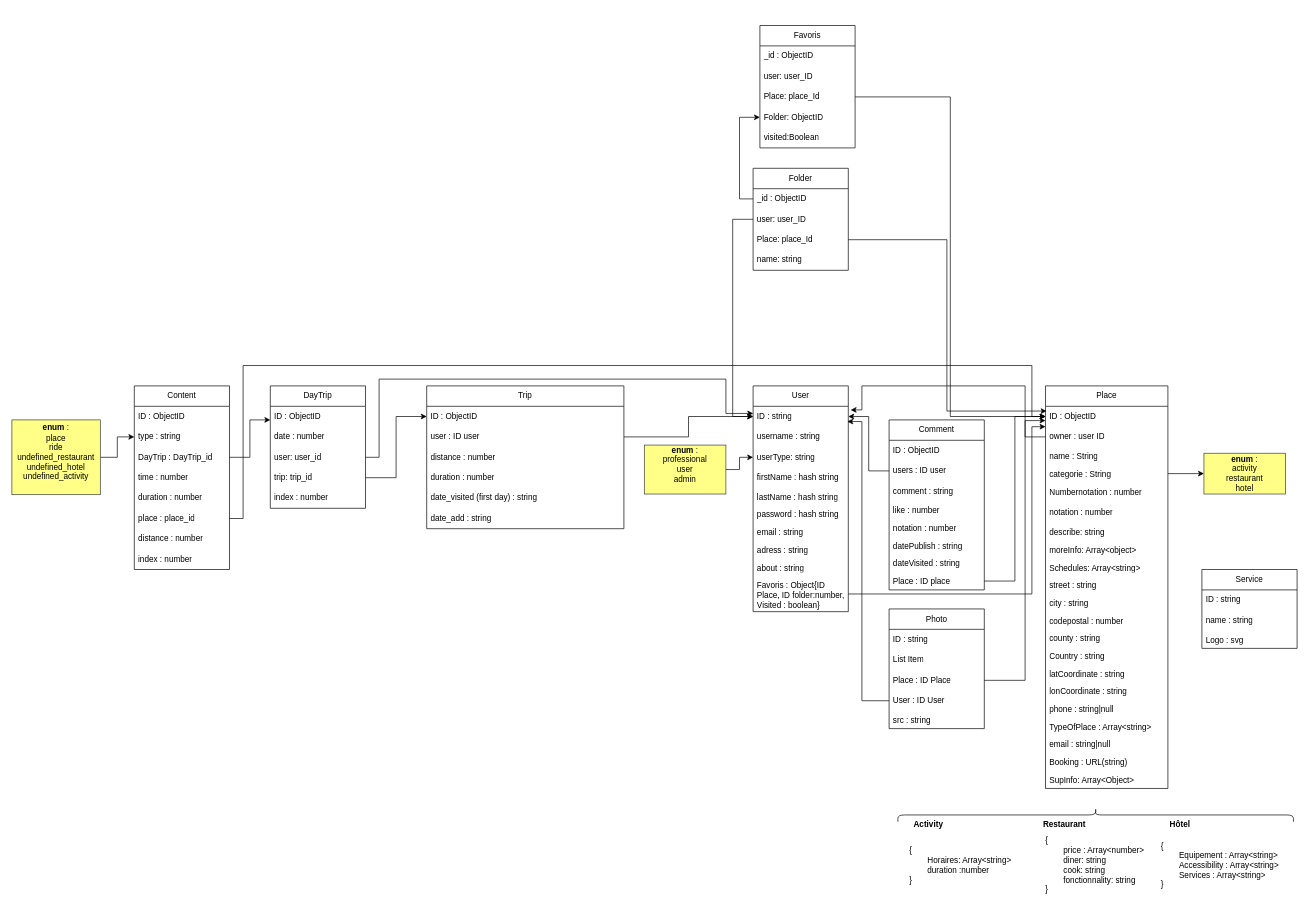
Before: Schemas/structureBDD.drawio in Aurelien0192/FrenchTravel_FrontEnd, a draw.io diagram. Source tidied: cells renumbered, new cells numbered last; positions are measured from the earlier drawing's top-left corner, leaving out a move shared by most shapes. Both pictures are drawn from the tidied source at 68%, with x=0, y=0 at pixel (12, 25).
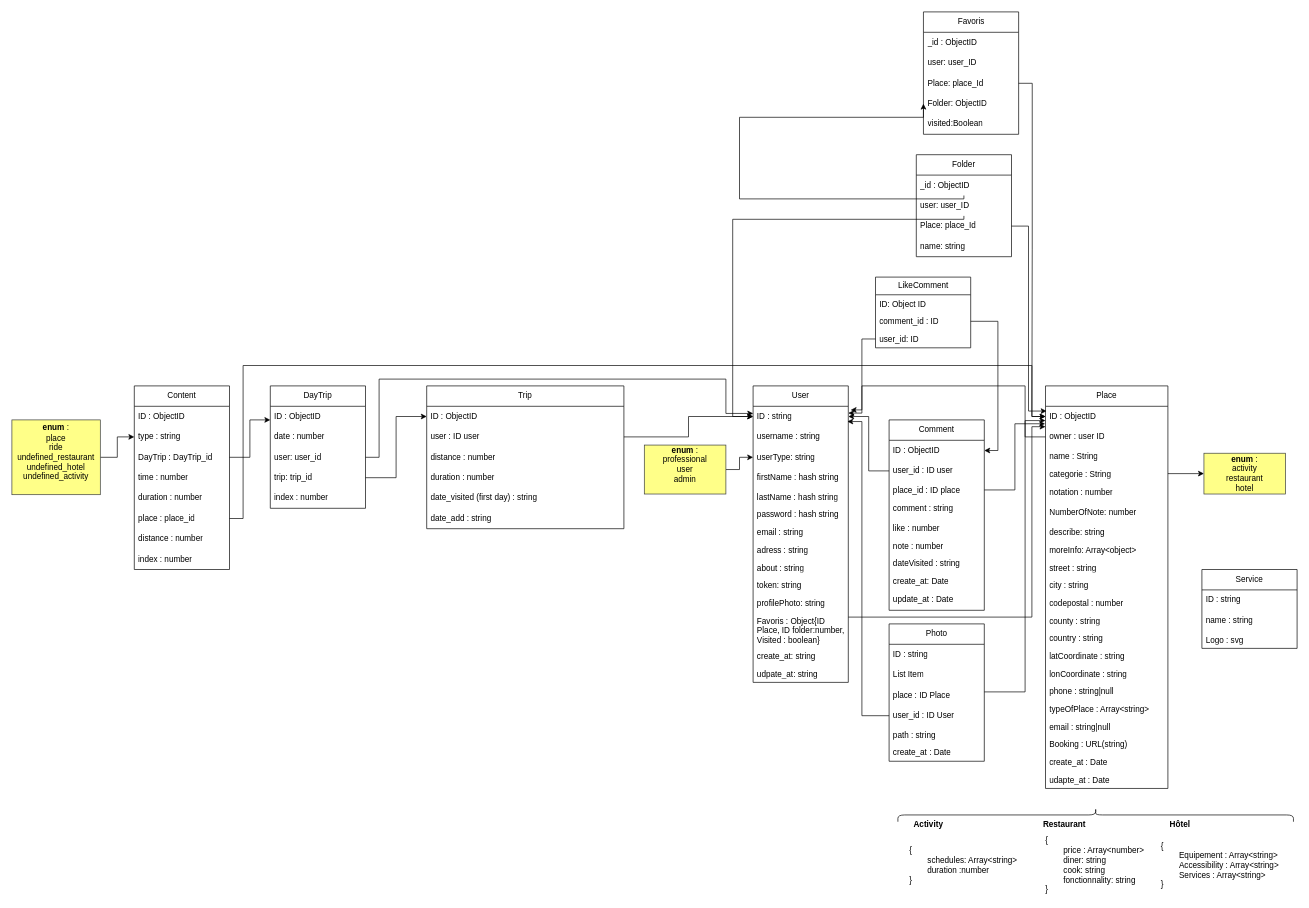
The same page after the edit.

Unchanged cells that the change refers to:
```xml
<mxCell id="3" value="ID : string" style="text;strokeColor=none;fillColor=none;align=left;verticalAlign=middle;spacingLeft=4;spacingRight=4;overflow=hidden;points=[[0,0.5],[1,0.5]];portConstraint=eastwest;whiteSpace=wrap;html=1;" parent="2" vertex="1">
  <mxGeometry y="30" width="140" height="30" as="geometry" />
</mxCell>
<mxCell id="14" value="Place" style="swimlane;fontStyle=0;horizontal=1;startSize=30;whiteSpace=wrap;html=1;" parent="1" vertex="1">
  <mxGeometry x="1520" y="530" width="180" height="592" as="geometry" />
</mxCell>
<mxCell id="15" value="ID : ObjectID" style="text;strokeColor=none;fillColor=none;align=left;verticalAlign=middle;spacingLeft=4;spacingRight=4;overflow=hidden;points=[[0,0.5],[1,0.5]];portConstraint=eastwest;whiteSpace=wrap;html=1;" parent="14" vertex="1">
  <mxGeometry y="30" width="180" height="30" as="geometry" />
</mxCell>
<mxCell id="67" value="ID : ObjectID" style="text;strokeColor=none;fillColor=none;align=left;verticalAlign=middle;spacingLeft=4;spacingRight=4;overflow=hidden;points=[[0,0.5],[1,0.5]];portConstraint=eastwest;whiteSpace=wrap;html=1;" parent="66" vertex="1">
  <mxGeometry y="30" width="140" height="30" as="geometry" />
</mxCell>
```

Diff of the diagram source:
```diff
@@
     <mxCell id="2" value="User" style="swimlane;fontStyle=0;horizontal=1;startSize=30;whiteSpace=wrap;html=1;" parent="1" vertex="1">
-      <mxGeometry x="1090" y="530" width="140" height="332" as="geometry" />
+      <mxGeometry x="1090" y="530" width="140" height="436" as="geometry" />
     </mxCell>
@@
+    <mxCell id="115" value="token: string" style="text;strokeColor=none;fillColor=none;align=left;verticalAlign=top;spacingLeft=4;spacingRight=4;overflow=hidden;whiteSpace=wrap;html=1;" parent="2" vertex="1">
+      <mxGeometry y="280" width="140" height="26" as="geometry" />
+    </mxCell>
+    <mxCell id="116" value="profilePhoto: string" style="text;strokeColor=none;fillColor=none;align=left;verticalAlign=top;spacingLeft=4;spacingRight=4;overflow=hidden;whiteSpace=wrap;html=1;" parent="2" vertex="1">
+      <mxGeometry y="306" width="140" height="26" as="geometry" />
+    </mxCell>
     <mxCell id="12" value="Favoris : Object{ID Place, ID folder:number, Visited : boolean}" style="text;strokeColor=none;fillColor=none;align=left;verticalAlign=top;spacingLeft=4;spacingRight=4;overflow=hidden;points=[[0,0.5],[1,0.5]];portConstraint=eastwest;whiteSpace=wrap;html=1;" parent="2" vertex="1">
-      <mxGeometry y="280" width="140" height="52" as="geometry" />
+      <mxGeometry y="332" width="140" height="52" as="geometry" />
     </mxCell>
+    <mxCell id="117" value="create_at: string" style="text;strokeColor=none;fillColor=none;align=left;verticalAlign=top;spacingLeft=4;spacingRight=4;overflow=hidden;whiteSpace=wrap;html=1;" parent="2" vertex="1">
+      <mxGeometry y="384" width="140" height="26" as="geometry" />
+    </mxCell>
+    <mxCell id="118" value="udpate_at: string" style="text;strokeColor=none;fillColor=none;align=left;verticalAlign=top;spacingLeft=4;spacingRight=4;overflow=hidden;whiteSpace=wrap;html=1;" parent="2" vertex="1">
+      <mxGeometry y="410" width="140" height="26" as="geometry" />
+    </mxCell>
@@
+    <mxCell id="20" value="notation : number" style="text;strokeColor=none;fillColor=none;align=left;verticalAlign=middle;spacingLeft=4;spacingRight=4;overflow=hidden;whiteSpace=wrap;html=1;" parent="14" vertex="1">
+      <mxGeometry y="142" width="180" height="30" as="geometry" />
+    </mxCell>
-    <mxCell id="19" value="Numbernotation : number" style="text;strokeColor=none;fillColor=none;align=left;verticalAlign=middle;spacingLeft=4;spacingRight=4;overflow=hidden;whiteSpace=wrap;html=1;" parent="14" vertex="1">
-      <mxGeometry y="142" width="180" height="30" as="geometry" />
+    <mxCell id="19" value="NumberOfNote: number" style="text;strokeColor=none;fillColor=none;align=left;verticalAlign=middle;spacingLeft=4;spacingRight=4;overflow=hidden;whiteSpace=wrap;html=1;" parent="14" vertex="1">
+      <mxGeometry y="172" width="180" height="30" as="geometry" />
     </mxCell>
-    <mxCell id="20" value="notation : number" style="text;strokeColor=none;fillColor=none;align=left;verticalAlign=middle;spacingLeft=4;spacingRight=4;overflow=hidden;whiteSpace=wrap;html=1;" parent="14" vertex="1">
-      <mxGeometry y="172" width="180" height="30" as="geometry" />
-    </mxCell>
@@
-    <mxCell id="23" value="Schedules: Array&amp;lt;string&amp;gt;" style="text;strokeColor=none;fillColor=none;align=left;verticalAlign=top;spacingLeft=4;spacingRight=4;overflow=hidden;whiteSpace=wrap;html=1;" parent="14" vertex="1">
-      <mxGeometry y="254" width="180" height="26" as="geometry" />
-    </mxCell>
     <mxCell id="24" value="street : string" style="text;strokeColor=none;fillColor=none;align=left;verticalAlign=top;spacingLeft=4;spacingRight=4;overflow=hidden;whiteSpace=wrap;html=1;" parent="14" vertex="1">
-      <mxGeometry y="280" width="180" height="26" as="geometry" />
+      <mxGeometry y="254" width="180" height="26" as="geometry" />
     </mxCell>
     <mxCell id="25" value="city : string" style="text;strokeColor=none;fillColor=none;align=left;verticalAlign=top;spacingLeft=4;spacingRight=4;overflow=hidden;whiteSpace=wrap;html=1;" parent="14" vertex="1">
-      <mxGeometry y="306" width="180" height="26" as="geometry" />
+      <mxGeometry y="280" width="180" height="26" as="geometry" />
     </mxCell>
     <mxCell id="26" value="codepostal : number" style="text;strokeColor=none;fillColor=none;align=left;verticalAlign=top;spacingLeft=4;spacingRight=4;overflow=hidden;whiteSpace=wrap;html=1;" parent="14" vertex="1">
-      <mxGeometry y="332" width="180" height="26" as="geometry" />
+      <mxGeometry y="306" width="180" height="26" as="geometry" />
     </mxCell>
     <mxCell id="27" value="county : string" style="text;strokeColor=none;fillColor=none;align=left;verticalAlign=top;spacingLeft=4;spacingRight=4;overflow=hidden;whiteSpace=wrap;html=1;" parent="14" vertex="1">
-      <mxGeometry y="358" width="180" height="26" as="geometry" />
+      <mxGeometry y="332" width="180" height="26" as="geometry" />
     </mxCell>
-    <mxCell id="28" value="Country : string" style="text;strokeColor=none;fillColor=none;align=left;verticalAlign=top;spacingLeft=4;spacingRight=4;overflow=hidden;whiteSpace=wrap;html=1;" parent="14" vertex="1">
-      <mxGeometry y="384" width="180" height="26" as="geometry" />
+    <mxCell id="28" value="country : string" style="text;strokeColor=none;fillColor=none;align=left;verticalAlign=top;spacingLeft=4;spacingRight=4;overflow=hidden;whiteSpace=wrap;html=1;" parent="14" vertex="1">
+      <mxGeometry y="358" width="180" height="26" as="geometry" />
     </mxCell>
     <mxCell id="29" value="latCoordinate : string" style="text;strokeColor=none;fillColor=none;align=left;verticalAlign=top;spacingLeft=4;spacingRight=4;overflow=hidden;whiteSpace=wrap;html=1;" parent="14" vertex="1">
-      <mxGeometry y="410" width="180" height="26" as="geometry" />
+      <mxGeometry y="384" width="180" height="26" as="geometry" />
     </mxCell>
     <mxCell id="30" value="lonCoordinate : string" style="text;strokeColor=none;fillColor=none;align=left;verticalAlign=top;spacingLeft=4;spacingRight=4;overflow=hidden;whiteSpace=wrap;html=1;" parent="14" vertex="1">
-      <mxGeometry y="436" width="180" height="26" as="geometry" />
+      <mxGeometry y="410" width="180" height="26" as="geometry" />
     </mxCell>
     <mxCell id="31" value="phone : string|null" style="text;strokeColor=none;fillColor=none;align=left;verticalAlign=top;spacingLeft=4;spacingRight=4;overflow=hidden;whiteSpace=wrap;html=1;" parent="14" vertex="1">
-      <mxGeometry y="462" width="180" height="26" as="geometry" />
+      <mxGeometry y="436" width="180" height="26" as="geometry" />
     </mxCell>
-    <mxCell id="32" value="TypeOfPlace : Array&amp;lt;string&amp;gt;" style="text;strokeColor=none;fillColor=none;align=left;verticalAlign=top;spacingLeft=4;spacingRight=4;overflow=hidden;whiteSpace=wrap;html=1;" parent="14" vertex="1">
-      <mxGeometry y="488" width="180" height="26" as="geometry" />
+    <mxCell id="32" value="typeOfPlace : Array&amp;lt;string&amp;gt;" style="text;strokeColor=none;fillColor=none;align=left;verticalAlign=top;spacingLeft=4;spacingRight=4;overflow=hidden;whiteSpace=wrap;html=1;" parent="14" vertex="1">
+      <mxGeometry y="462" width="180" height="26" as="geometry" />
     </mxCell>
     <mxCell id="33" value="email : string|null" style="text;strokeColor=none;fillColor=none;align=left;verticalAlign=top;spacingLeft=4;spacingRight=4;overflow=hidden;whiteSpace=wrap;html=1;" parent="14" vertex="1">
-      <mxGeometry y="514" width="180" height="26" as="geometry" />
+      <mxGeometry y="488" width="180" height="26" as="geometry" />
     </mxCell>
     <mxCell id="34" value="Booking : URL(string)" style="text;strokeColor=none;fillColor=none;align=left;verticalAlign=top;spacingLeft=4;spacingRight=4;overflow=hidden;whiteSpace=wrap;html=1;" parent="14" vertex="1">
-      <mxGeometry y="540" width="180" height="26" as="geometry" />
+      <mxGeometry y="514" width="180" height="26" as="geometry" />
     </mxCell>
-    <mxCell id="35" value="SupInfo: Array&amp;lt;Object&amp;gt;" style="text;strokeColor=none;fillColor=none;align=left;verticalAlign=top;spacingLeft=4;spacingRight=4;overflow=hidden;whiteSpace=wrap;html=1;" parent="14" vertex="1">
-      <mxGeometry y="566" width="180" height="26" as="geometry" />
+    <mxCell id="35" value="create_at : Date" style="text;strokeColor=none;fillColor=none;align=left;verticalAlign=top;spacingLeft=4;spacingRight=4;overflow=hidden;whiteSpace=wrap;html=1;" parent="14" vertex="1">
+      <mxGeometry y="540" width="180" height="26" as="geometry" />
     </mxCell>
+    <mxCell id="119" value="udapte_at : Date" style="text;strokeColor=none;fillColor=none;align=left;verticalAlign=top;spacingLeft=4;spacingRight=4;overflow=hidden;whiteSpace=wrap;html=1;" parent="14" vertex="1">
+      <mxGeometry y="566" width="180" height="26" as="geometry" />
+    </mxCell>
     <mxCell id="36" value="Photo" style="swimlane;fontStyle=0;horizontal=1;startSize=30;whiteSpace=wrap;html=1;" parent="1" vertex="1">
-      <mxGeometry x="1290" y="858" width="140" height="176" as="geometry" />
+      <mxGeometry x="1290" y="880" width="140" height="202" as="geometry" />
     </mxCell>
@@
-    <mxCell id="39" value="Place : ID Place" style="text;strokeColor=none;fillColor=none;align=left;verticalAlign=middle;spacingLeft=4;spacingRight=4;overflow=hidden;points=[[0,0.5],[1,0.5]];portConstraint=eastwest;whiteSpace=wrap;html=1;" parent="36" vertex="1">
+    <mxCell id="39" value="place : ID Place" style="text;strokeColor=none;fillColor=none;align=left;verticalAlign=middle;spacingLeft=4;spacingRight=4;overflow=hidden;points=[[0,0.5],[1,0.5]];portConstraint=eastwest;whiteSpace=wrap;html=1;" parent="36" vertex="1">
       <mxGeometry y="90" width="140" height="30" as="geometry" />
     </mxCell>
-    <mxCell id="40" value="User : ID User" style="text;strokeColor=none;fillColor=none;align=left;verticalAlign=middle;spacingLeft=4;spacingRight=4;overflow=hidden;points=[[0,0.5],[1,0.5]];portConstraint=eastwest;whiteSpace=wrap;html=1;" parent="36" vertex="1">
+    <mxCell id="40" value="user_id : ID User" style="text;strokeColor=none;fillColor=none;align=left;verticalAlign=middle;spacingLeft=4;spacingRight=4;overflow=hidden;points=[[0,0.5],[1,0.5]];portConstraint=eastwest;whiteSpace=wrap;html=1;" parent="36" vertex="1">
       <mxGeometry y="120" width="140" height="30" as="geometry" />
     </mxCell>
-    <mxCell id="41" value="src : string" style="text;strokeColor=none;fillColor=none;align=left;verticalAlign=top;spacingLeft=4;spacingRight=4;overflow=hidden;whiteSpace=wrap;html=1;" parent="36" vertex="1">
+    <mxCell id="41" value="path : string" style="text;strokeColor=none;fillColor=none;align=left;verticalAlign=top;spacingLeft=4;spacingRight=4;overflow=hidden;whiteSpace=wrap;html=1;" parent="36" vertex="1">
       <mxGeometry y="150" width="140" height="26" as="geometry" />
     </mxCell>
+    <mxCell id="120" value="create_at : Date" style="text;strokeColor=none;fillColor=none;align=left;verticalAlign=top;spacingLeft=4;spacingRight=4;overflow=hidden;whiteSpace=wrap;html=1;" parent="36" vertex="1">
+      <mxGeometry y="176" width="140" height="26" as="geometry" />
+    </mxCell>
@@
-    <mxCell id="64" value="{&lt;div&gt;&lt;span style=&quot;white-space: pre;&quot;&gt;&#9;&lt;/span&gt;Horaires: Array&amp;lt;string&amp;gt;&lt;br&gt;&lt;div&gt;&lt;span style=&quot;white-space: pre;&quot;&gt;&#9;&lt;/span&gt;duration&amp;nbsp;:number&lt;/div&gt;&lt;div&gt;}&lt;/div&gt;&lt;/div&gt;" style="text;html=1;align=left;verticalAlign=middle;whiteSpace=wrap;rounded=0;" parent="1" vertex="1">
+    <mxCell id="64" value="{&lt;div&gt;&lt;span style=&quot;white-space: pre;&quot;&gt;&#9;&lt;/span&gt;schedules: Array&amp;lt;string&amp;gt;&lt;br&gt;&lt;div&gt;&lt;span style=&quot;white-space: pre;&quot;&gt;&#9;&lt;/span&gt;duration&amp;nbsp;:number&lt;/div&gt;&lt;div&gt;}&lt;/div&gt;&lt;/div&gt;" style="text;html=1;align=left;verticalAlign=middle;whiteSpace=wrap;rounded=0;" parent="1" vertex="1">
       <mxGeometry x="1318" y="1190" width="185" height="90" as="geometry" />
     </mxCell>
@@
     <mxCell id="66" value="Comment" style="swimlane;fontStyle=0;horizontal=1;startSize=30;whiteSpace=wrap;html=1;" parent="1" vertex="1">
-      <mxGeometry x="1290" y="580" width="140" height="250" as="geometry" />
+      <mxGeometry x="1290" y="580" width="140" height="280" as="geometry" />
     </mxCell>
@@
-    <mxCell id="68" value="users : ID user" style="text;strokeColor=none;fillColor=none;align=left;verticalAlign=middle;spacingLeft=4;spacingRight=4;overflow=hidden;points=[[0,0.5],[1,0.5]];portConstraint=eastwest;whiteSpace=wrap;html=1;" parent="66" vertex="1">
+    <mxCell id="68" value="user_id : ID user" style="text;strokeColor=none;fillColor=none;align=left;verticalAlign=middle;spacingLeft=4;spacingRight=4;overflow=hidden;points=[[0,0.5],[1,0.5]];portConstraint=eastwest;whiteSpace=wrap;html=1;" parent="66" vertex="1">
       <mxGeometry y="60" width="140" height="30" as="geometry" />
     </mxCell>
+    <mxCell id="74" value="place_id : ID place" style="text;strokeColor=none;fillColor=none;align=left;verticalAlign=top;spacingLeft=4;spacingRight=4;overflow=hidden;points=[[0,0.5],[1,0.5]];portConstraint=eastwest;whiteSpace=wrap;html=1;" parent="66" vertex="1">
+      <mxGeometry y="90" width="140" height="26" as="geometry" />
+    </mxCell>
     <mxCell id="69" value="comment : string" style="text;strokeColor=none;fillColor=none;align=left;verticalAlign=middle;spacingLeft=4;spacingRight=4;overflow=hidden;whiteSpace=wrap;html=1;" parent="66" vertex="1">
-      <mxGeometry y="90" width="140" height="30" as="geometry" />
+      <mxGeometry y="116" width="140" height="30" as="geometry" />
     </mxCell>
     <mxCell id="70" value="like : number" style="text;strokeColor=none;fillColor=none;align=left;verticalAlign=top;spacingLeft=4;spacingRight=4;overflow=hidden;whiteSpace=wrap;html=1;" parent="66" vertex="1">
-      <mxGeometry y="120" width="140" height="26" as="geometry" />
+      <mxGeometry y="146" width="140" height="26" as="geometry" />
     </mxCell>
-    <mxCell id="71" value="notation : number" style="text;strokeColor=none;fillColor=none;align=left;verticalAlign=top;spacingLeft=4;spacingRight=4;overflow=hidden;whiteSpace=wrap;html=1;" parent="66" vertex="1">
-      <mxGeometry y="146" width="140" height="26" as="geometry" />
+    <mxCell id="71" value="note : number" style="text;strokeColor=none;fillColor=none;align=left;verticalAlign=top;spacingLeft=4;spacingRight=4;overflow=hidden;whiteSpace=wrap;html=1;" parent="66" vertex="1">
+      <mxGeometry y="172" width="140" height="26" as="geometry" />
     </mxCell>
+    <mxCell id="73" value="dateVisited : string" style="text;strokeColor=none;fillColor=none;align=left;verticalAlign=top;spacingLeft=4;spacingRight=4;overflow=hidden;whiteSpace=wrap;html=1;" parent="66" vertex="1">
+      <mxGeometry y="198" width="140" height="26" as="geometry" />
+    </mxCell>
-    <mxCell id="72" value="datePublish : string" style="text;strokeColor=none;fillColor=none;align=left;verticalAlign=top;spacingLeft=4;spacingRight=4;overflow=hidden;whiteSpace=wrap;html=1;" parent="66" vertex="1">
-      <mxGeometry y="172" width="140" height="26" as="geometry" />
+    <mxCell id="72" value="create_at: Date" style="text;strokeColor=none;fillColor=none;align=left;verticalAlign=top;spacingLeft=4;spacingRight=4;overflow=hidden;whiteSpace=wrap;html=1;" parent="66" vertex="1">
+      <mxGeometry y="224" width="140" height="26" as="geometry" />
     </mxCell>
-    <mxCell id="73" value="dateVisited : string" style="text;strokeColor=none;fillColor=none;align=left;verticalAlign=top;spacingLeft=4;spacingRight=4;overflow=hidden;whiteSpace=wrap;html=1;" parent="66" vertex="1">
-      <mxGeometry y="198" width="140" height="26" as="geometry" />
-    </mxCell>
-    <mxCell id="74" value="Place : ID place" style="text;strokeColor=none;fillColor=none;align=left;verticalAlign=top;spacingLeft=4;spacingRight=4;overflow=hidden;points=[[0,0.5],[1,0.5]];portConstraint=eastwest;whiteSpace=wrap;html=1;" parent="66" vertex="1">
-      <mxGeometry y="224" width="140" height="26" as="geometry" />
-    </mxCell>
+    <mxCell id="121" value="update_at : Date" style="text;strokeColor=none;fillColor=none;align=left;verticalAlign=middle;spacingLeft=4;spacingRight=4;overflow=hidden;whiteSpace=wrap;html=1;" parent="66" vertex="1">
+      <mxGeometry y="250" width="140" height="30" as="geometry" />
+    </mxCell>
-    <mxCell id="75" style="edgeStyle=orthogonalEdgeStyle;rounded=0;jettySize=auto;html=1;entryX=0;entryY=0.5;entryDx=0;entryDy=0;" parent="1" edge="1" source="74" target="15">
+    <mxCell id="75" style="edgeStyle=orthogonalEdgeStyle;rounded=0;jettySize=auto;html=1;entryX=-0.003;entryY=0.856;entryDx=0;entryDy=0;entryPerimeter=0;" parent="1" edge="1" source="74" target="15">
       <mxGeometry relative="1" as="geometry" />
     </mxCell>
     <mxCell id="76" style="edgeStyle=orthogonalEdgeStyle;rounded=0;jettySize=auto;html=1;entryX=0.99;entryY=0.747;entryDx=0;entryDy=0;entryPerimeter=0;" parent="1" edge="1" source="40" target="3">
       <mxGeometry relative="1" as="geometry">
         <Array as="points">
-          <mxPoint x="1250" y="993" />
+          <mxPoint x="1250" y="1015" />
           <mxPoint x="1250" y="582" />
         </Array>
       </mxGeometry>
     </mxCell>
     <mxCell id="77" style="edgeStyle=orthogonalEdgeStyle;rounded=0;jettySize=auto;html=1;" parent="1" edge="1" source="39" target="15">
       <mxGeometry relative="1" as="geometry">
         <Array as="points">
-          <mxPoint x="1490" y="963" />
+          <mxPoint x="1490" y="980" />
           <mxPoint x="1490" y="581" />
         </Array>
       </mxGeometry>
     </mxCell>
     <mxCell id="78" style="edgeStyle=orthogonalEdgeStyle;rounded=0;jettySize=auto;html=1;" parent="1" edge="1" source="12" target="15">
       <mxGeometry relative="1" as="geometry">
         <Array as="points">
-          <mxPoint x="1500" y="836" />
+          <mxPoint x="1160" y="870" />
+          <mxPoint x="1500" y="870" />
           <mxPoint x="1500" y="590" />
         </Array>
       </mxGeometry>
     </mxCell>
@@
     <mxCell id="100" value="Favoris" style="swimlane;fontStyle=0;horizontal=1;startSize=30;whiteSpace=wrap;html=1;" parent="1" vertex="1">
-      <mxGeometry x="1100" width="140" height="180" as="geometry" />
+      <mxGeometry x="1340.5" y="-20" width="140" height="180" as="geometry" />
     </mxCell>
@@
     <mxCell id="106" value="Folder" style="swimlane;fontStyle=0;horizontal=1;startSize=30;whiteSpace=wrap;html=1;" parent="1" vertex="1">
-      <mxGeometry x="1090" y="210" width="140" height="150" as="geometry" />
+      <mxGeometry x="1330" y="190" width="140" height="150" as="geometry" />
     </mxCell>
@@
+    <mxCell id="122" value="LikeComment" style="swimlane;fontStyle=0;horizontal=1;startSize=26;fillColor=none;html=1;" parent="1" vertex="1">
+      <mxGeometry x="1270" y="370" width="140" height="104" as="geometry" />
+    </mxCell>
+    <mxCell id="123" value="ID: Object ID" style="text;strokeColor=none;fillColor=none;align=left;verticalAlign=top;spacingLeft=4;spacingRight=4;overflow=hidden;whiteSpace=wrap;html=1;" parent="122" vertex="1">
+      <mxGeometry y="26" width="140" height="26" as="geometry" />
+    </mxCell>
+    <mxCell id="124" value="comment_id : ID" style="text;strokeColor=none;fillColor=none;align=left;verticalAlign=top;spacingLeft=4;spacingRight=4;overflow=hidden;points=[[0,0.5],[1,0.5]];portConstraint=eastwest;whiteSpace=wrap;html=1;" parent="122" vertex="1">
+      <mxGeometry y="52" width="140" height="26" as="geometry" />
+    </mxCell>
+    <mxCell id="125" value="user_id: ID" style="text;strokeColor=none;fillColor=none;align=left;verticalAlign=top;spacingLeft=4;spacingRight=4;overflow=hidden;points=[[0,0.5],[1,0.5]];portConstraint=eastwest;whiteSpace=wrap;html=1;" parent="122" vertex="1">
+      <mxGeometry y="78" width="140" height="26" as="geometry" />
+    </mxCell>
+    <mxCell id="126" style="edgeStyle=orthogonalEdgeStyle;rounded=0;jettySize=auto;html=1;entryX=1;entryY=0.333;entryDx=0;entryDy=0;entryPerimeter=0;" parent="1" edge="1" source="125" target="3">
+      <mxGeometry relative="1" as="geometry" />
+    </mxCell>
+    <mxCell id="127" style="edgeStyle=orthogonalEdgeStyle;rounded=0;jettySize=auto;html=1;entryX=1;entryY=0.5;entryDx=0;entryDy=0;" parent="1" edge="1" source="124" target="67">
+      <mxGeometry relative="1" as="geometry" />
+    </mxCell>
```
